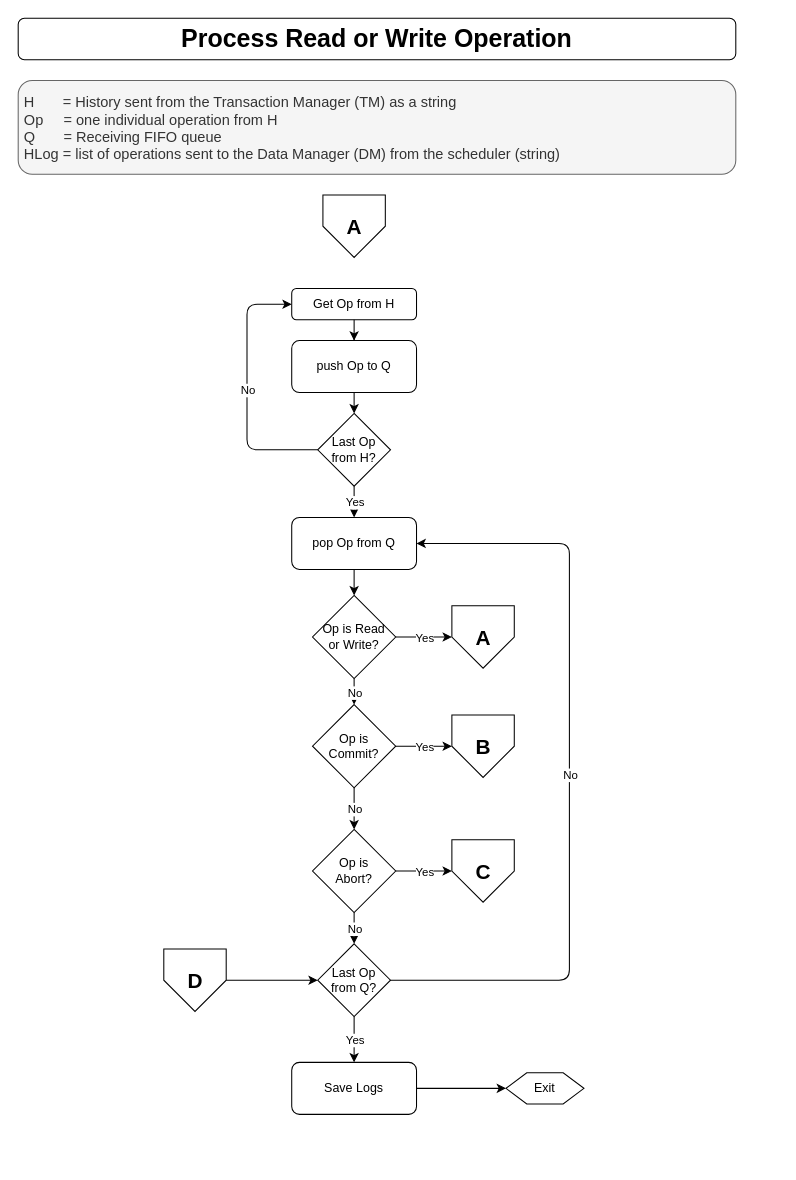
The draw.io diagram Design/Copy of CS 5570 Team4 Design - Scheduler.drawio in Rod-Skoglund/CS5570-Project, before the edit. Source tidied: cells renumbered, new cells numbered last; positions are measured from the earlier drawing's top-left corner, leaving out a move shared by most shapes. Both pictures are drawn from the tidied source at 104%, with x=0, y=0 at pixel (18, 18).
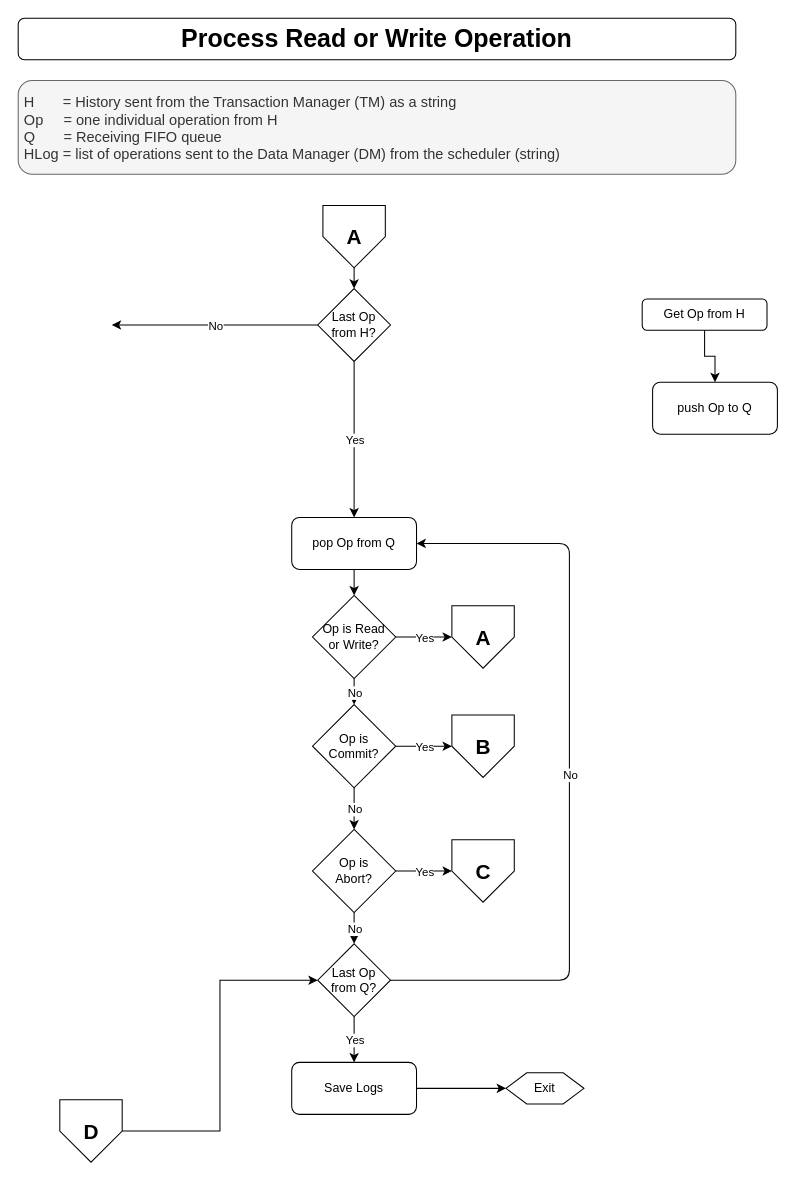
The same page after the edit.

The edit, as a diff of the source:
```diff
@@
     <mxCell id="4" value="Get Op from H" style="rounded=1;whiteSpace=wrap;html=1;fontSize=12;glass=0;strokeWidth=1;shadow=0;" parent="1" vertex="1">
-      <mxGeometry x="263" y="260" width="120" height="30" as="geometry" />
+      <mxGeometry x="600" y="270" width="120" height="30" as="geometry" />
     </mxCell>
@@
     <mxCell id="8" value="push Op to Q" style="rounded=1;whiteSpace=wrap;html=1;fontSize=12;glass=0;strokeWidth=1;shadow=0;" parent="1" vertex="1">
-      <mxGeometry x="263" y="310" width="120" height="50" as="geometry" />
+      <mxGeometry x="610" y="350" width="120" height="50" as="geometry" />
     </mxCell>
@@
     <mxCell id="10" value="Last Op from H?" style="rhombus;whiteSpace=wrap;html=1;" parent="1" vertex="1">
-      <mxGeometry x="288" y="380" width="70" height="70" as="geometry" />
+      <mxGeometry x="288" y="260" width="70" height="70" as="geometry" />
     </mxCell>
-    <mxCell id="11" style="edgeStyle=orthogonalEdgeStyle;rounded=0;jettySize=auto;html=1;exitX=0.5;exitY=1;exitDx=0;exitDy=0;entryX=0.5;entryY=0;entryDx=0;entryDy=0;" parent="1" edge="1" source="8" target="10">
-      <mxGeometry x="300" y="250" as="geometry">
-        <Array as="points">
-          <mxPoint x="323" y="370" />
-          <mxPoint x="323" y="370" />
-        </Array>
-      </mxGeometry>
-    </mxCell>
@@
-    <mxCell id="14" style="endArrow=classic;html=1;exitX=0;exitY=0.5;exitDx=0;exitDy=0;edgeStyle=orthogonalEdgeStyle;entryX=0;entryY=0.5;entryDx=0;entryDy=0;" parent="1" edge="1" source="10" target="4">
+    <mxCell id="14" style="endArrow=classic;html=1;exitX=0;exitY=0.5;exitDx=0;exitDy=0;edgeStyle=orthogonalEdgeStyle;" parent="1" edge="1" source="10">
       <mxGeometry x="300" y="250" as="geometry">
+        <mxPoint x="90" y="295" as="targetPoint" />
         <Array as="points">
-          <mxPoint x="220" y="415" />
-          <mxPoint x="220" y="275" />
+          <mxPoint x="100" y="295" />
         </Array>
       </mxGeometry>
     </mxCell>
@@
     <mxCell id="41" value="D" style="verticalLabelPosition=middle;verticalAlign=middle;html=1;shape=offPageConnector;rounded=0;size=0.5;labelPosition=center;align=center;fontSize=20;fontStyle=1;" parent="1" vertex="1">
-      <mxGeometry x="140" y="895" width="60" height="60" as="geometry" />
+      <mxGeometry x="40" y="1040" width="60" height="60" as="geometry" />
     </mxCell>
@@
     <mxCell id="43" value="A" style="verticalLabelPosition=middle;verticalAlign=middle;html=1;shape=offPageConnector;rounded=0;size=0.5;labelPosition=center;align=center;fontSize=20;fontStyle=1;" parent="1" vertex="1">
-      <mxGeometry x="293" y="170" width="60" height="60" as="geometry" />
+      <mxGeometry x="293" y="180" width="60" height="60" as="geometry" />
     </mxCell>
+    <mxCell id="44" style="edgeStyle=orthogonalEdgeStyle;rounded=0;jettySize=auto;html=1;entryX=0.5;entryY=0;entryDx=0;entryDy=0;exitX=0.5;exitY=1;exitDx=0;exitDy=0;" parent="1" edge="1" source="43" target="10">
+      <mxGeometry x="310" y="260" as="geometry">
+        <Array as="points">
+          <mxPoint x="323" y="240" />
+          <mxPoint x="323" y="240" />
+        </Array>
+      </mxGeometry>
+    </mxCell>
```
